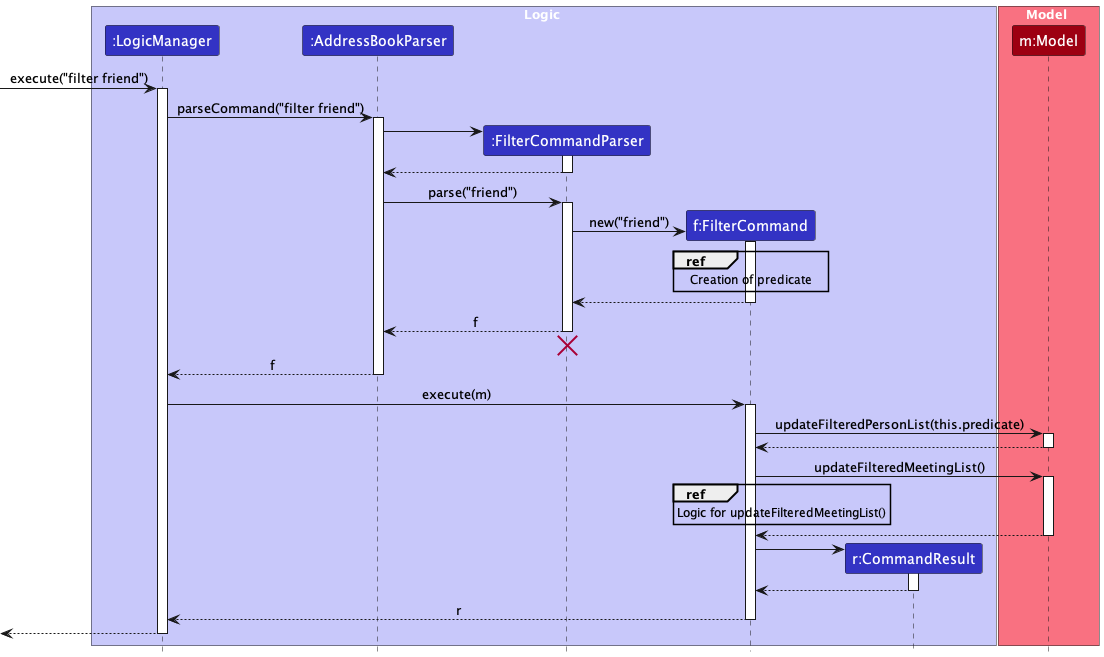
sethteo/tp keeps this PlantUML diagram as docs/images/FilterSequenceDiagram.png. Above is the earlier version.
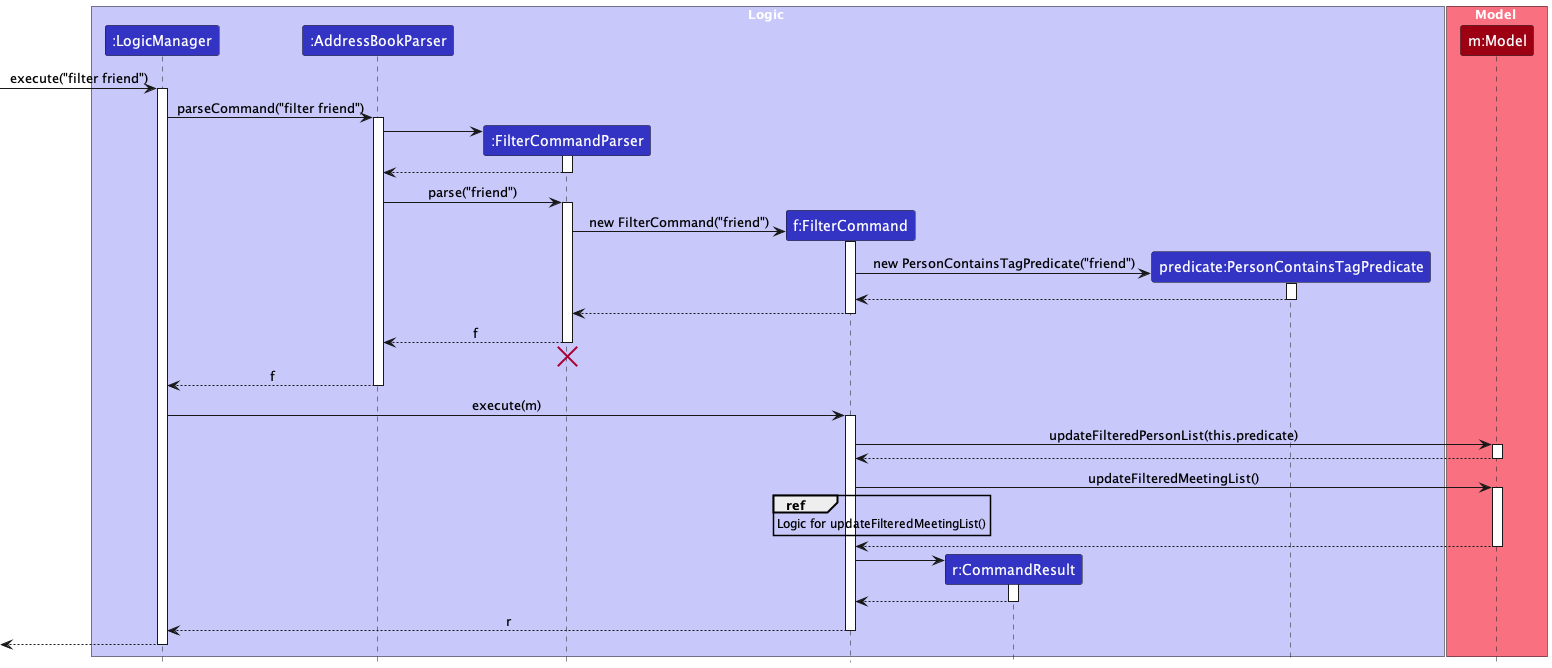
The same file after the commit.

Commit message:
Update filter sequence diagram image

Diff of the diagram source:
```diff
@@ -8,6 +8,7 @@
 participant ":FilterCommandParser" as FilterCommandParser LOGIC_COLOR
 participant "f:FilterCommand" as FilterCommand LOGIC_COLOR
 participant "r:CommandResult" as CommandResult LOGIC_COLOR
+participant "predicate:PersonContainsTagPredicate" as PersonContainsTagPredicate LOGIC_COLOR
 end box
 
 box Model MODEL_COLOR_T1
@@ -31,11 +32,16 @@
 activate FilterCommandParser
 
 create FilterCommand
-FilterCommandParser -> FilterCommand : new("friend")
-ref over FilterCommand
-Creation of predicate
-end ref
+FilterCommandParser -> FilterCommand : new FilterCommand("friend")
+
 activate FilterCommand
+
+create PersonContainsTagPredicate
+FilterCommand -> PersonContainsTagPredicate : new PersonContainsTagPredicate("friend")
+activate PersonContainsTagPredicate
+
+PersonContainsTagPredicate --> FilterCommand
+deactivate PersonContainsTagPredicate
 
 FilterCommand --> FilterCommandParser :
 deactivate FilterCommand
```
